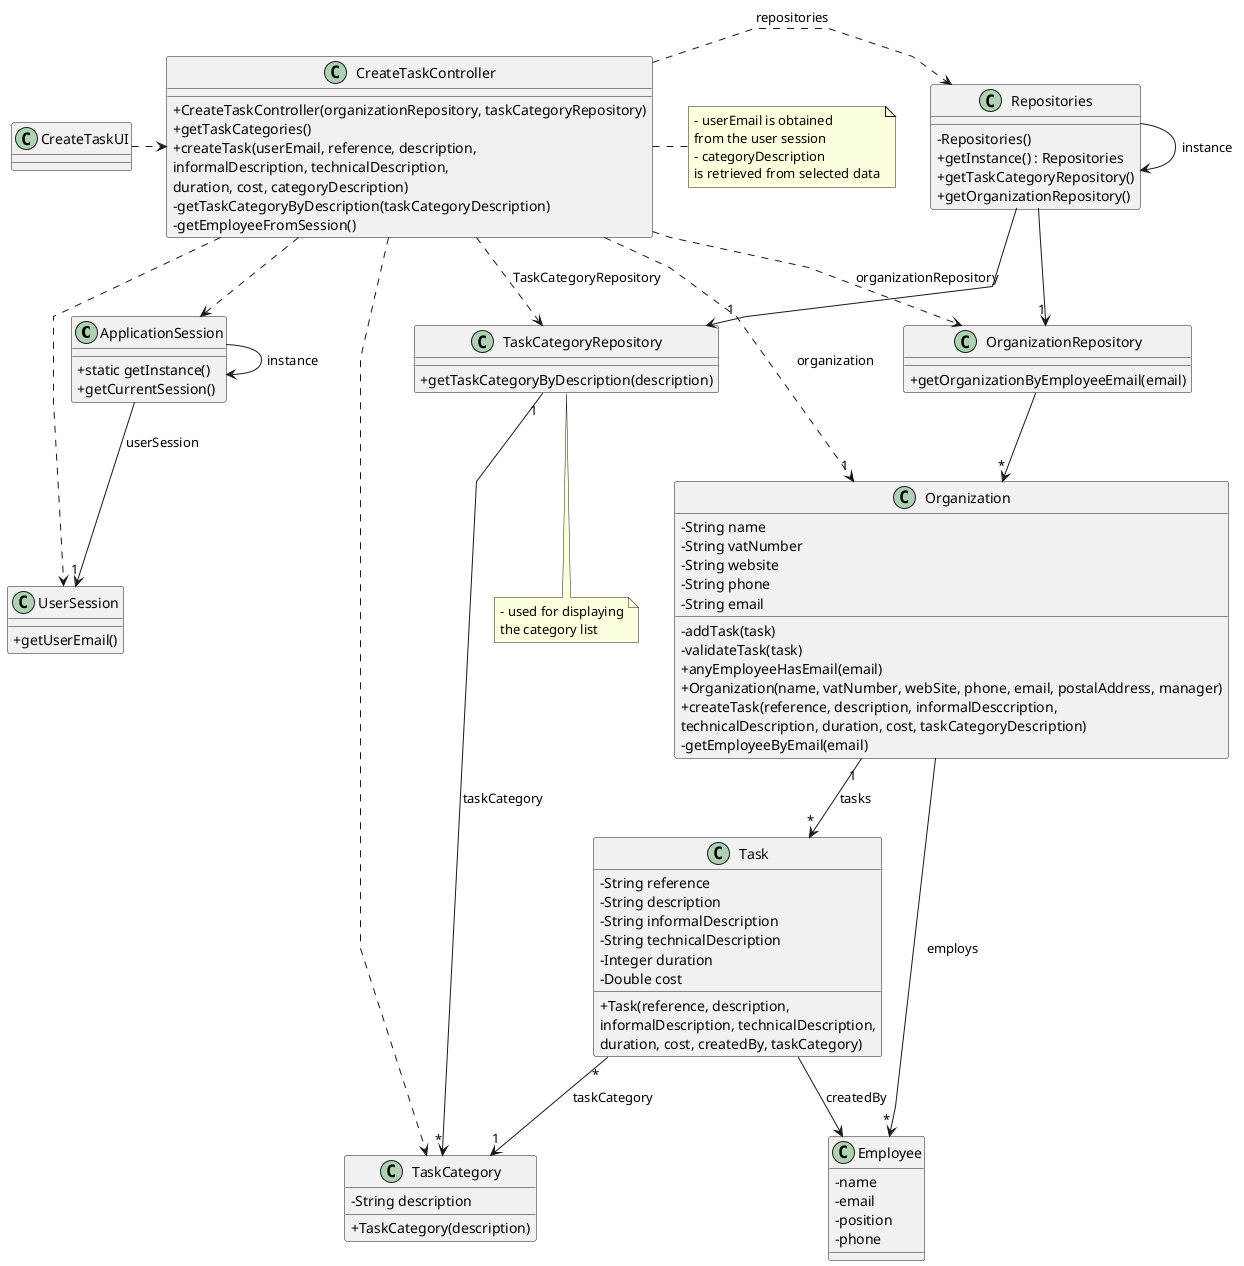
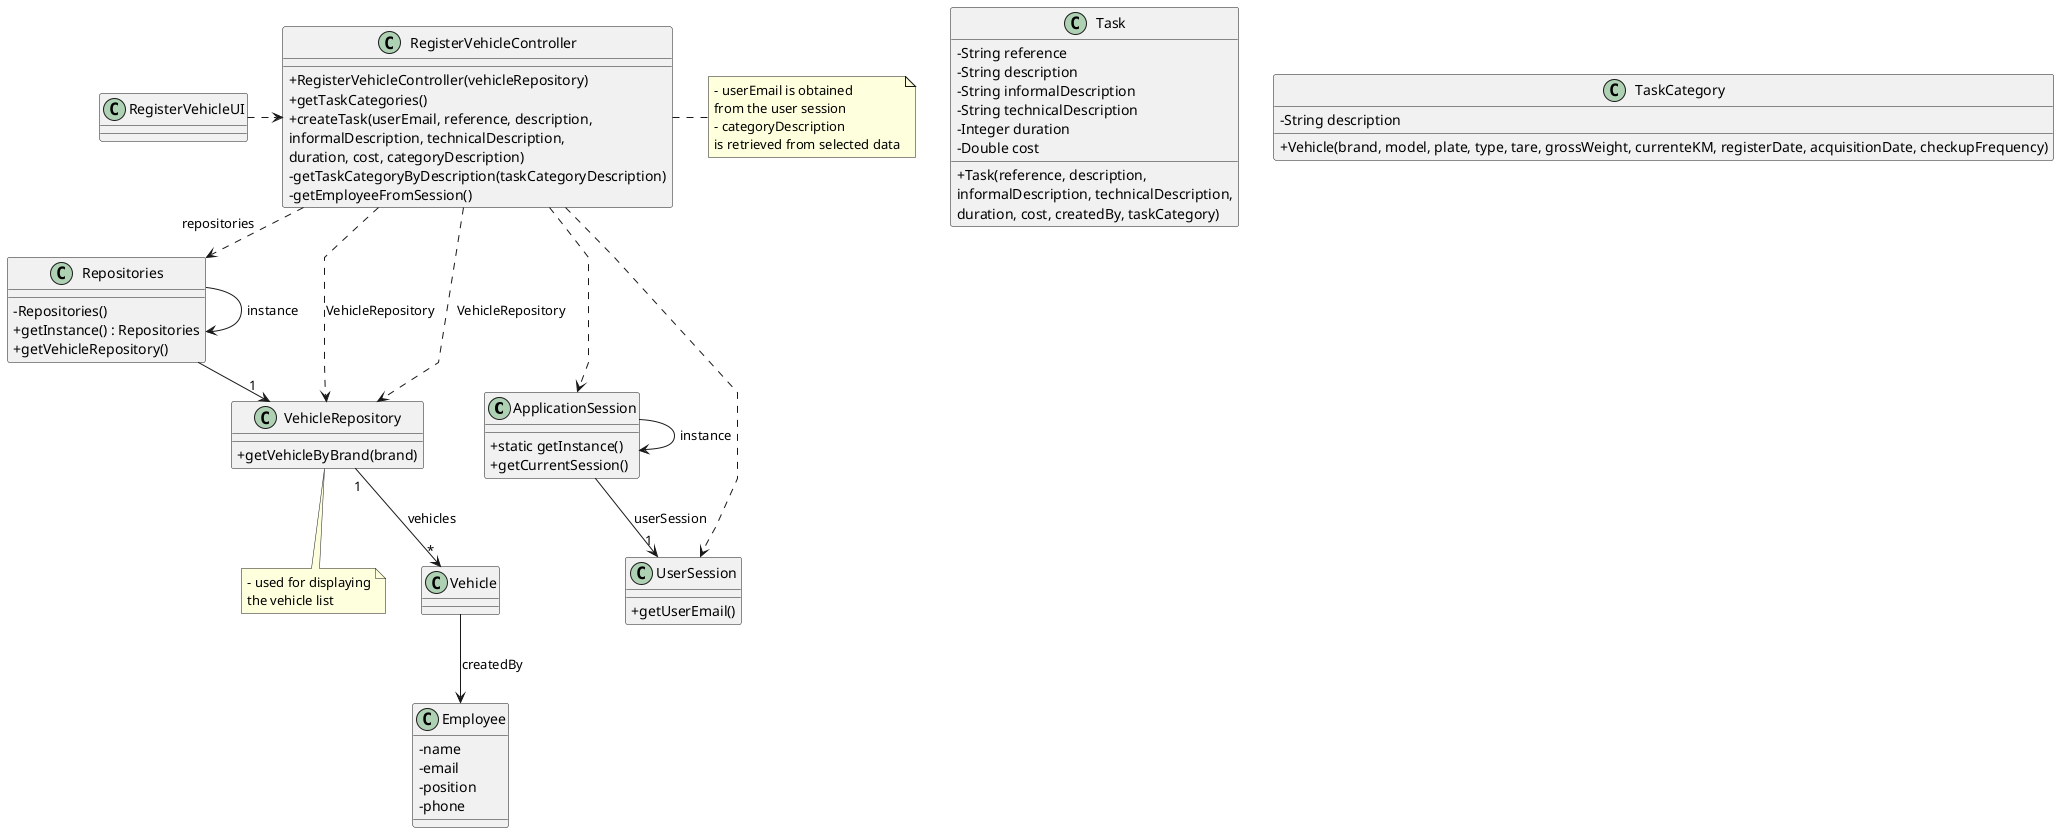
@startuml
'skinparam monochrome true
skinparam packageStyle rectangle
skinparam shadowing false
skinparam linetype polyline
'skinparam linetype orto

skinparam classAttributeIconSize 0

'left to right direction

class ApplicationSession
{
    + static getInstance()
    + getCurrentSession()
}

class UserSession
{
    + getUserEmail()
}

class Employee {
    - name
    - email
    - position
    - phone
}

class Task {
    - String reference
    - String description
    - String informalDescription
    - String technicalDescription
    - Integer duration
    - Double cost

    + Task(reference, description,\ninformalDescription, technicalDescription,\nduration, cost, createdBy, taskCategory)
}

class TaskCategory {
    - String description

-     + TaskCategory(description)
+     + Vehicle(brand, model, plate, type, tare, grossWeight, currenteKM, registerDate, acquisitionDate, checkupFrequency)
}

- class Organization {
-     - String name
-     - String vatNumber
-     - String website
-     - String phone
-     - String email

-     - addTask(task)
-     - validateTask(task)
-     + anyEmployeeHasEmail(email)
-     + Organization(name, vatNumber, webSite, phone, email, postalAddress, manager)
-     + createTask(reference, description, informalDesccription,\ntechnicalDescription, duration, cost, taskCategoryDescription)
-     - getEmployeeByEmail(email)

- '  +saveTask(task)
+ class VehicleRepository {
+     + getVehicleByBrand(brand)
}

- class TaskCategoryRepository {
-     + getTaskCategoryByDescription(description)
- }
- 
- class OrganizationRepository {
-     + getOrganizationByEmployeeEmail(email)
- }

class Repositories {
    - Repositories()
    + getInstance() : Repositories
-     + getTaskCategoryRepository()
-     + getOrganizationRepository()
+     + getVehicleRepository()
}

- class CreateTaskController {
-     + CreateTaskController(organizationRepository, taskCategoryRepository)
+ class RegisterVehicleController {
+     + RegisterVehicleController(vehicleRepository)
    + getTaskCategories()
    + createTask(userEmail, reference, description,\ninformalDescription, technicalDescription,\nduration, cost, categoryDescription)
    - getTaskCategoryByDescription(taskCategoryDescription)
    - getEmployeeFromSession()
}

- note right of CreateTaskController
+ note right of RegisterVehicleController
    - userEmail is obtained
    from the user session
    - categoryDescription
    is retrieved from selected data
end note

- note bottom of TaskCategoryRepository
+ note bottom of VehicleRepository
    - used for displaying
-     the category list
+     the vehicle list
end note

- class CreateTaskUI {
+ class RegisterVehicleUI {
}

+ 
+ Repositories -> "1" VehicleRepository
Repositories -> Repositories : instance
+ 
ApplicationSession -> ApplicationSession : instance
- 
- CreateTaskUI .> CreateTaskController
- 
- CreateTaskController .> Repositories : repositories
- 
- Repositories -> "1" TaskCategoryRepository
- 
- CreateTaskController ..> TaskCategory
- CreateTaskController ..> OrganizationRepository : organizationRepository
- CreateTaskController ..> TaskCategoryRepository : TaskCategoryRepository
- 
- Repositories --> "1" OrganizationRepository
- 
- OrganizationRepository --> "*" Organization
ApplicationSession --> "1" UserSession : userSession

- CreateTaskController ..> "1" Organization : organization
- CreateTaskController ..> ApplicationSession
- CreateTaskController ..> UserSession
- Task "*" --> "1" TaskCategory : taskCategory
- TaskCategoryRepository "1" --> "*" TaskCategory : taskCategory
- Organization "1" --> "*" Task : tasks
- Task --> Employee : createdBy
+ RegisterVehicleUI .> RegisterVehicleController

- Organization --> "*" Employee : employs
+ RegisterVehicleController .> Repositories : repositories
+ RegisterVehicleController ..> ApplicationSession
+ RegisterVehicleController ..> UserSession
+ RegisterVehicleController ..> VehicleRepository : VehicleRepository
+ RegisterVehicleController ..> VehicleRepository : VehicleRepository
+ 
+ Vehicle --> Employee : createdBy
+ 
+ VehicleRepository "1" --> "*" Vehicle : vehicles

@enduml